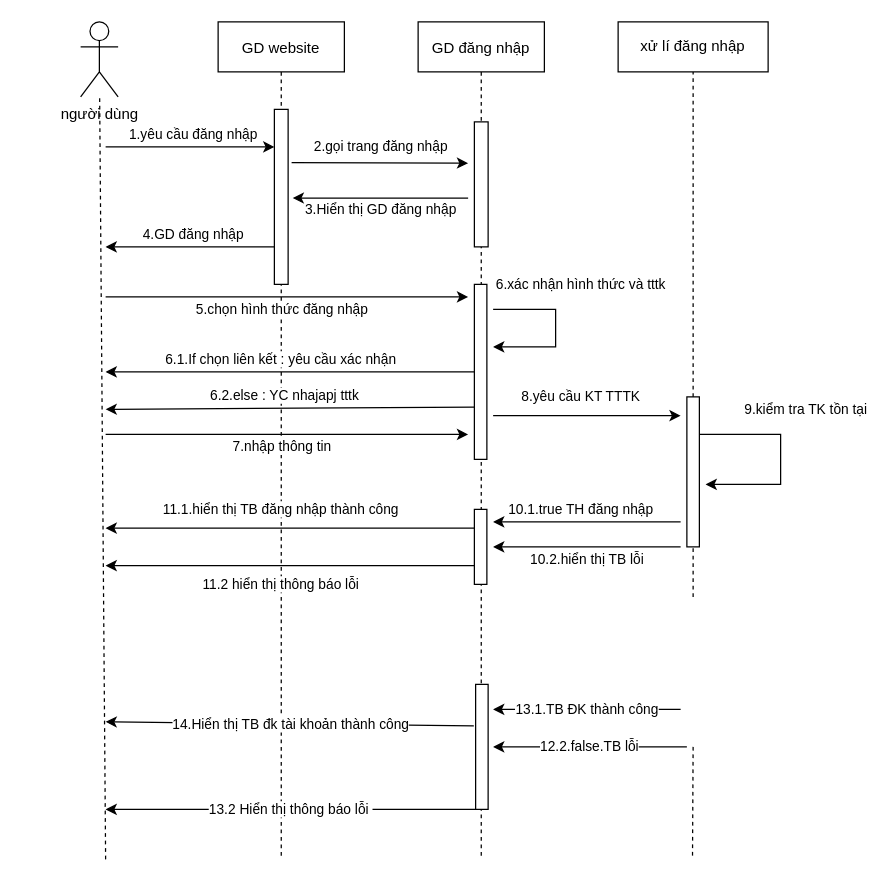
trucka312/diagram keeps this draw.io diagram as page "đăng nhập" (1 of 8) of sequnece.drawio. Above is the earlier version. Source tidied: cells renumbered, new cells numbered last; positions are measured from the earlier drawing's top-left corner, leaving out a move shared by most shapes. Both pictures are drawn from the tidied source at 125%, with x=0, y=0 at pixel (80, 21).
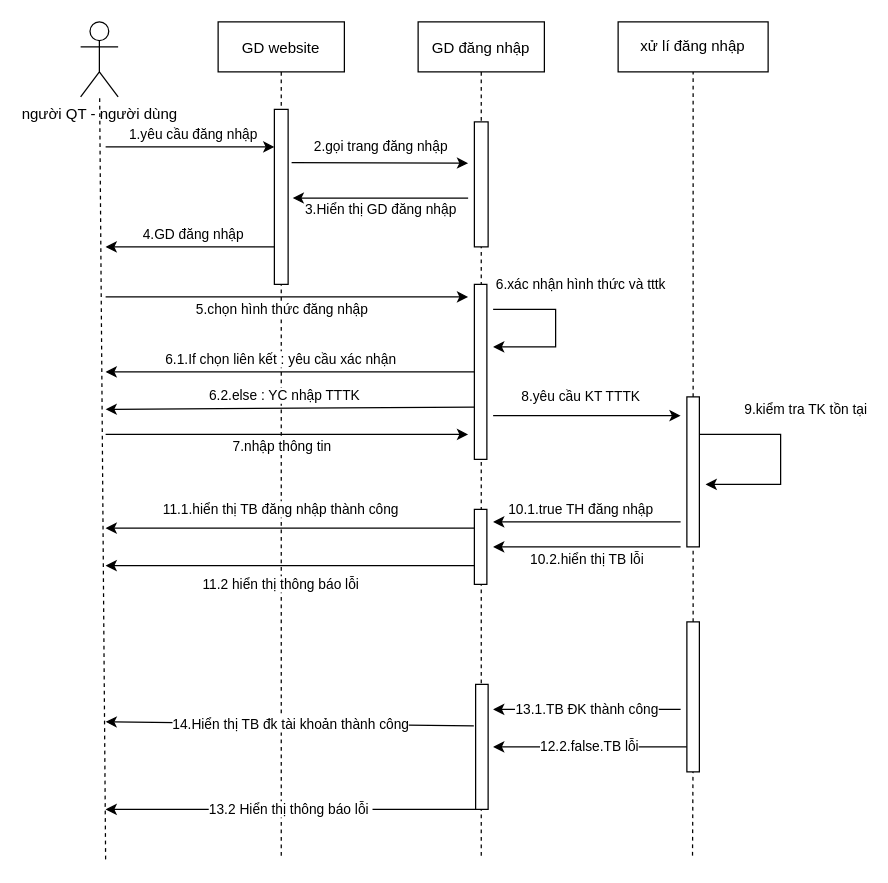
The same diagram, later.

Unchanged cells that the change refers to:
```xml
<mxCell id="6" style="rounded=0;whiteSpace=wrap;html=1;" parent="4" vertex="1">
  <mxGeometry x="45" y="210" width="10" height="140" as="geometry" />
</mxCell>
<mxCell id="18" style="rounded=0;whiteSpace=wrap;html=1;" parent="1" vertex="1">
  <mxGeometry x="485" y="300" width="10" height="120" as="geometry" />
</mxCell>
```

Change to the diagram source:
```diff
@@
-    <mxCell id="9" value="người dùng" style="shape=umlActor;verticalLabelPosition=bottom;verticalAlign=top;html=1;outlineConnect=0;" parent="1" vertex="1">
+    <mxCell id="9" value="người QT - người dùng" style="shape=umlActor;verticalLabelPosition=bottom;verticalAlign=top;html=1;outlineConnect=0;" parent="1" vertex="1">
       <mxGeometry width="30" height="60" as="geometry" />
     </mxCell>
@@
-    <mxCell id="19" style="endArrow=none;dashed=1;html=1;rounded=0;entryX=0.5;entryY=1;entryDx=0;entryDy=0;startArrow=none;" parent="1" edge="1" target="18">
-      <mxGeometry relative="1" as="geometry">
-        <mxPoint x="490" y="460" as="sourcePoint" />
-      </mxGeometry>
+    <mxCell id="19" style="endArrow=none;dashed=1;html=1;rounded=0;entryX=0.5;entryY=1;entryDx=0;entryDy=0;startArrow=none;exitX=0.5;exitY=0;exitDx=0;exitDy=0;exitPerimeter=0;" parent="1" edge="1" source="35" target="18">
+      <mxGeometry relative="1" as="geometry" />
     </mxCell>
@@
-    <mxCell id="29" value="6.2.else : YC nhajapj tttk" style="endArrow=classic;html=1;rounded=0;exitX=0.044;exitY=0.701;exitDx=0;exitDy=0;exitPerimeter=0;" parent="1" edge="1" source="6">
+    <mxCell id="29" value="6.2.else : YC nhập TTTK" style="endArrow=classic;html=1;rounded=0;exitX=0.044;exitY=0.701;exitDx=0;exitDy=0;exitPerimeter=0;" parent="1" edge="1" source="6">
       <mxGeometry x="0.03" y="-10" relative="1" as="geometry">
         <mxPoint x="20" y="310" as="targetPoint" />
       </mxGeometry>
     </mxCell>
@@
+    <mxCell id="35" style="rounded=0;whiteSpace=wrap;html=1;" parent="1" vertex="1">
+      <mxGeometry x="485" y="480" width="10" height="120" as="geometry" />
+    </mxCell>
```
